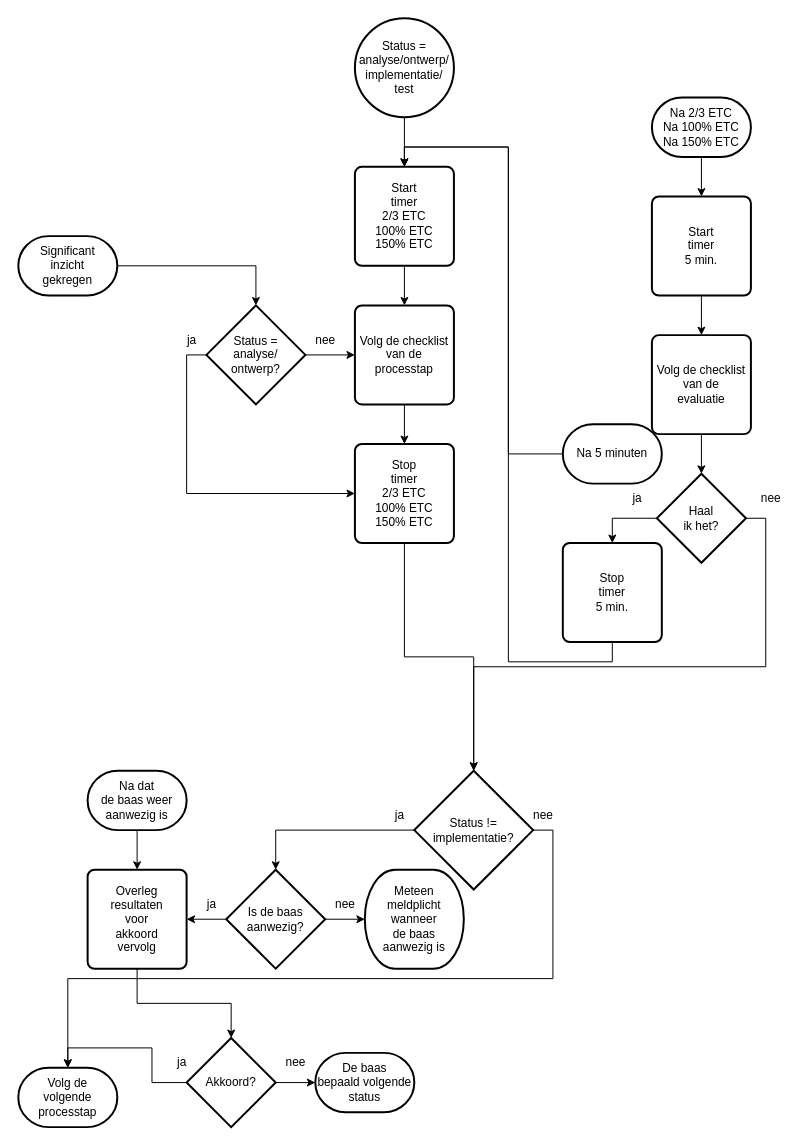
Zaibatsu89/IssueTracker keeps this draw.io diagram as 2 Issue Tracker tijdtriggers.drawio. Above is the earlier version. Source tidied: cells renumbered, new cells numbered last; positions are measured from the earlier drawing's top-left corner, leaving out a move shared by most shapes. Both pictures are drawn from the tidied source at 99%, with x=0, y=0 at pixel (18, 18).
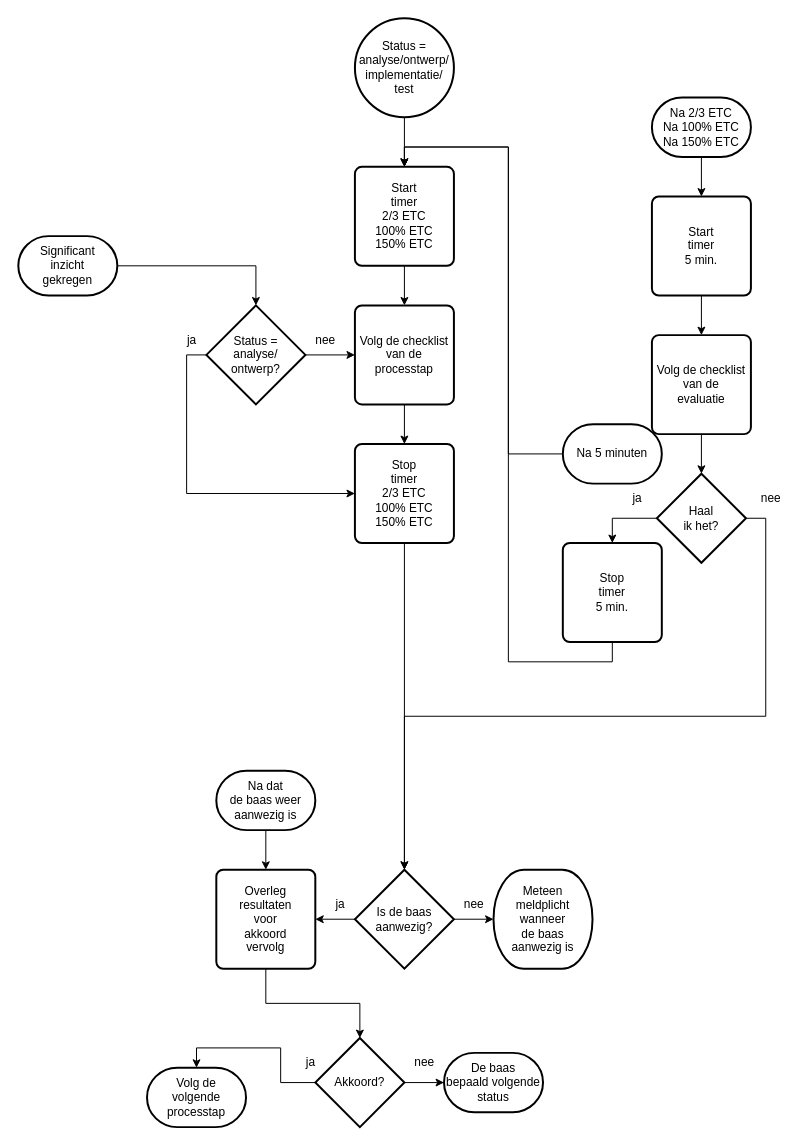
The same page after the edit.

Commit message:
overal waar ik mezelf tijd denk te gunnen uit de flowchart halen

The change refers to these unchanged cells:
```xml
<mxCell id="19" value="Stop&lt;br&gt;timer&lt;br&gt;2/3 ETC&lt;br&gt;100% ETC&lt;br&gt;150% ETC" style="rounded=1;whiteSpace=wrap;html=1;absoluteArcSize=1;arcSize=14;strokeWidth=2;" parent="1" vertex="1">
  <mxGeometry x="340" y="430" width="100" height="100" as="geometry" />
</mxCell>
<mxCell id="21" value="Haal&lt;br&gt;ik het?" style="strokeWidth=2;html=1;shape=mxgraph.flowchart.decision;whiteSpace=wrap;" parent="1" vertex="1">
  <mxGeometry x="645" y="460" width="90" height="90" as="geometry" />
</mxCell>
```

Change to the diagram source:
```diff
@@
     <mxCell id="8" value="Akkoord?" style="strokeWidth=2;html=1;shape=mxgraph.flowchart.decision;whiteSpace=wrap;" parent="1" vertex="1">
-      <mxGeometry x="170" y="1030" width="90" height="90" as="geometry" />
+      <mxGeometry x="300" y="1030" width="90" height="90" as="geometry" />
     </mxCell>
@@
     <mxCell id="10" value="ja" style="text;html=1;align=center;verticalAlign=middle;strokeColor=none;fillColor=none;" parent="1" vertex="1">
-      <mxGeometry x="150" y="1040" width="30" height="30" as="geometry" />
+      <mxGeometry x="280" y="1040" width="30" height="30" as="geometry" />
     </mxCell>
     <mxCell id="11" value="Volg de&lt;br&gt;volgende&lt;br&gt;processtap" style="strokeWidth=2;html=1;shape=mxgraph.flowchart.terminator;whiteSpace=wrap;" parent="1" vertex="1">
-      <mxGeometry y="1060" width="100" height="60" as="geometry" />
+      <mxGeometry x="130" y="1060" width="100" height="60" as="geometry" />
     </mxCell>
     <mxCell id="12" value="De baas&lt;br&gt;bepaald volgende&lt;br&gt;status" style="strokeWidth=2;html=1;shape=mxgraph.flowchart.terminator;whiteSpace=wrap;" parent="1" vertex="1">
-      <mxGeometry x="300" y="1045" width="100" height="60" as="geometry" />
+      <mxGeometry x="430" y="1045" width="100" height="60" as="geometry" />
     </mxCell>
     <mxCell id="13" value="nee" style="text;html=1;align=center;verticalAlign=middle;strokeColor=none;fillColor=none;" parent="1" vertex="1">
-      <mxGeometry x="260" y="1040" width="40" height="30" as="geometry" />
+      <mxGeometry x="390" y="1040" width="40" height="30" as="geometry" />
     </mxCell>
@@
-    <mxCell id="18" style="edgeStyle=orthogonalEdgeStyle;rounded=0;jettySize=auto;html=1;" parent="1" edge="1" source="19" target="38">
+    <mxCell id="18" style="edgeStyle=orthogonalEdgeStyle;rounded=0;jettySize=auto;html=1;entryX=0.5;entryY=0;entryDx=0;entryDy=0;entryPerimeter=0;" parent="1" edge="1" source="19" target="34">
       <mxGeometry relative="1" as="geometry" />
     </mxCell>
@@
     <mxCell id="34" value="Is de baas&lt;br&gt;aanwezig?" style="strokeWidth=2;html=1;shape=mxgraph.flowchart.decision;whiteSpace=wrap;" parent="1" vertex="1">
-      <mxGeometry x="210" y="860" width="100" height="100" as="geometry" />
+      <mxGeometry x="340" y="860" width="100" height="100" as="geometry" />
     </mxCell>
     <mxCell id="35" value="Meteen&lt;br&gt;meldplicht&lt;br&gt;wanneer&lt;br&gt;de baas&lt;br&gt;aanwezig is" style="strokeWidth=2;html=1;shape=mxgraph.flowchart.terminator;whiteSpace=wrap;" parent="1" vertex="1">
-      <mxGeometry x="350" y="860" width="100" height="100" as="geometry" />
+      <mxGeometry x="480" y="860" width="100" height="100" as="geometry" />
     </mxCell>
     <mxCell id="36" value="ja" style="text;html=1;align=center;verticalAlign=middle;strokeColor=none;fillColor=none;" parent="1" vertex="1">
-      <mxGeometry x="180" y="880" width="30" height="30" as="geometry" />
+      <mxGeometry x="310" y="880" width="30" height="30" as="geometry" />
     </mxCell>
     <mxCell id="37" value="nee" style="text;html=1;align=center;verticalAlign=middle;strokeColor=none;fillColor=none;" parent="1" vertex="1">
-      <mxGeometry x="310" y="880" width="40" height="30" as="geometry" />
+      <mxGeometry x="440" y="880" width="40" height="30" as="geometry" />
     </mxCell>
-    <mxCell id="38" value="Status != implementatie?" style="strokeWidth=2;html=1;shape=mxgraph.flowchart.decision;whiteSpace=wrap;" parent="1" vertex="1">
-      <mxGeometry x="400" y="760" width="120" height="120" as="geometry" />
-    </mxCell>
-    <mxCell id="39" value="ja" style="text;html=1;align=center;verticalAlign=middle;strokeColor=none;fillColor=none;" parent="1" vertex="1">
-      <mxGeometry x="370" y="790" width="30" height="30" as="geometry" />
-    </mxCell>
-    <mxCell id="40" value="nee" style="text;html=1;align=center;verticalAlign=middle;strokeColor=none;fillColor=none;" parent="1" vertex="1">
-      <mxGeometry x="510" y="790" width="40" height="30" as="geometry" />
-    </mxCell>
-    <mxCell id="41" style="edgeStyle=orthogonalEdgeStyle;rounded=0;jettySize=auto;html=1;exitX=1;exitY=0.5;exitDx=0;exitDy=0;exitPerimeter=0;entryX=0.5;entryY=0;entryDx=0;entryDy=0;entryPerimeter=0;" parent="1" edge="1" source="38" target="11">
-      <mxGeometry relative="1" as="geometry" />
-    </mxCell>
-    <mxCell id="42" style="edgeStyle=orthogonalEdgeStyle;rounded=0;jettySize=auto;html=1;exitX=1;exitY=0.5;exitDx=0;exitDy=0;exitPerimeter=0;entryX=0.5;entryY=0;entryDx=0;entryDy=0;entryPerimeter=0;" parent="1" edge="1" source="21" target="38">
+    <mxCell id="42" style="edgeStyle=orthogonalEdgeStyle;rounded=0;jettySize=auto;html=1;exitX=1;exitY=0.5;exitDx=0;exitDy=0;exitPerimeter=0;entryX=0.5;entryY=0;entryDx=0;entryDy=0;entryPerimeter=0;" parent="1" edge="1" source="21" target="34">
       <mxGeometry relative="1" as="geometry" />
     </mxCell>
@@
     <mxCell id="44" value="Na dat&lt;br&gt;de baas weer aanwezig is" style="strokeWidth=2;html=1;shape=mxgraph.flowchart.terminator;whiteSpace=wrap;" parent="1" vertex="1">
-      <mxGeometry x="70" y="760" width="100" height="60" as="geometry" />
+      <mxGeometry x="200" y="760" width="100" height="60" as="geometry" />
     </mxCell>
-    <mxCell id="45" style="edgeStyle=orthogonalEdgeStyle;rounded=0;jettySize=auto;html=1;exitX=0;exitY=0.5;exitDx=0;exitDy=0;exitPerimeter=0;entryX=0.5;entryY=0;entryDx=0;entryDy=0;entryPerimeter=0;" parent="1" edge="1" source="38" target="34">
-      <mxGeometry relative="1" as="geometry" />
-    </mxCell>
     <mxCell id="46" value="Overleg&lt;div&gt;resultaten&lt;/div&gt;&lt;div&gt;voor&lt;/div&gt;&lt;div&gt;akkoord&lt;/div&gt;&lt;div&gt;vervolg&lt;/div&gt;" style="rounded=1;whiteSpace=wrap;html=1;absoluteArcSize=1;arcSize=14;strokeWidth=2;" parent="1" vertex="1">
-      <mxGeometry x="70" y="860" width="100" height="100" as="geometry" />
+      <mxGeometry x="200" y="860" width="100" height="100" as="geometry" />
     </mxCell>
```
